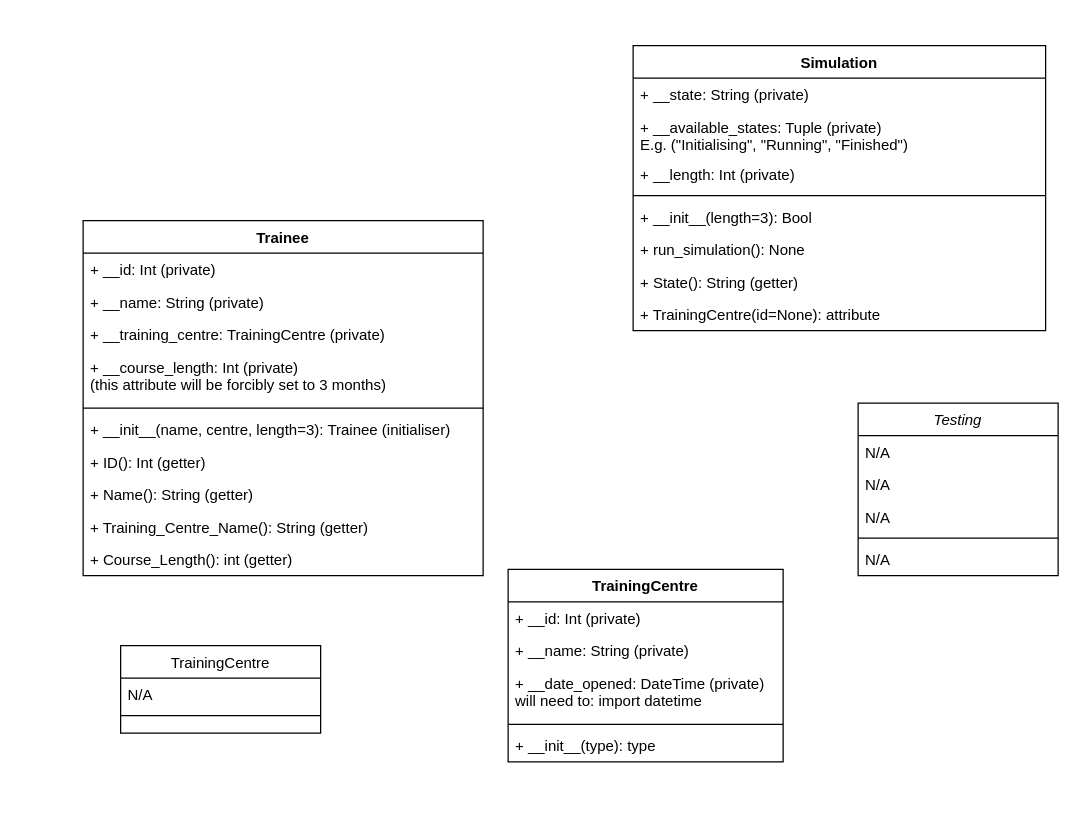
The draw.io diagram Class_Diagram.drawio in dannyjew/SimulationProjectData24Group1, before the edit. Source tidied: cells renumbered, new cells numbered last; positions are measured from the earlier drawing's top-left corner, leaving out a move shared by most shapes. Both pictures are drawn from the tidied source at 125%, with x=0, y=0 at pixel (82, 45).
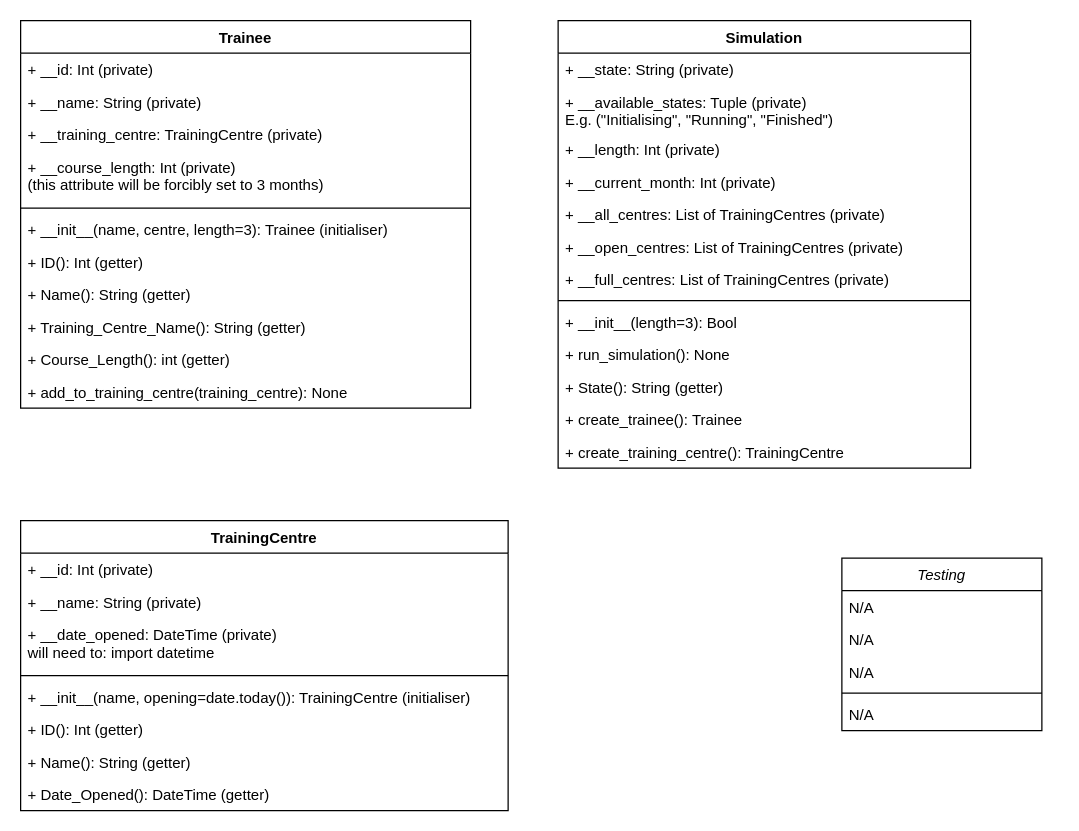
Above is the later version.

Commit message:
Updated the Class Diagram

Change to the diagram source:
```diff
@@
     <mxCell id="2" value="Testing" style="swimlane;fontStyle=2;align=center;verticalAlign=top;horizontal=1;startSize=26;rounded=0;shadow=0;strokeWidth=1;" parent="1" vertex="1">
-      <mxGeometry x="620" y="286" width="160" height="138" as="geometry" />
+      <mxGeometry x="607" y="410" width="160" height="138" as="geometry" />
     </mxCell>
@@
-    <mxCell id="8" value="TrainingCentre" style="swimlane;fontStyle=0;align=center;verticalAlign=top;horizontal=1;startSize=26;rounded=0;shadow=0;strokeWidth=1;" parent="1" vertex="1">
-      <mxGeometry x="30" y="480" width="160" height="70" as="geometry" />
-    </mxCell>
-    <mxCell id="9" value="N/A" style="text;align=left;verticalAlign=top;spacingLeft=4;spacingRight=4;overflow=hidden;" parent="8" vertex="1">
-      <mxGeometry y="26" width="160" height="26" as="geometry" />
-    </mxCell>
-    <mxCell id="10" style="line;html=1;strokeWidth=1;align=left;verticalAlign=middle;spacingTop=-1;spacingLeft=3;spacingRight=3;labelPosition=right;" parent="8" vertex="1">
-      <mxGeometry y="52" width="160" height="8" as="geometry" />
-    </mxCell>
     <mxCell id="11" value="Trainee" style="swimlane;fontStyle=1;align=center;verticalAlign=top;horizontal=1;startSize=26;" parent="1" vertex="1">
-      <mxGeometry y="140" width="320" height="284" as="geometry" />
+      <mxGeometry x="-50" y="-20" width="360" height="310" as="geometry" />
     </mxCell>
     <mxCell id="12" value="+ __id: Int (private)" style="text;strokeColor=none;fillColor=none;align=left;verticalAlign=top;spacingLeft=4;spacingRight=4;overflow=hidden;" parent="11" vertex="1">
-      <mxGeometry y="26" width="320" height="26" as="geometry" />
+      <mxGeometry y="26" width="360" height="26" as="geometry" />
     </mxCell>
     <mxCell id="13" value="+ __name: String (private)" style="text;strokeColor=none;fillColor=none;align=left;verticalAlign=top;spacingLeft=4;spacingRight=4;overflow=hidden;" parent="11" vertex="1">
-      <mxGeometry y="52" width="320" height="26" as="geometry" />
+      <mxGeometry y="52" width="360" height="26" as="geometry" />
     </mxCell>
     <mxCell id="14" value="+ __training_centre: TrainingCentre (private)" style="text;strokeColor=none;fillColor=none;align=left;verticalAlign=top;spacingLeft=4;spacingRight=4;overflow=hidden;" parent="11" vertex="1">
-      <mxGeometry y="78" width="320" height="26" as="geometry" />
+      <mxGeometry y="78" width="360" height="26" as="geometry" />
     </mxCell>
     <mxCell id="15" value="+ __course_length: Int (private)&#10;(this attribute will be forcibly set to 3 months)" style="text;strokeColor=none;fillColor=none;align=left;verticalAlign=top;spacingLeft=4;spacingRight=4;overflow=hidden;" parent="11" vertex="1">
-      <mxGeometry y="104" width="320" height="42" as="geometry" />
+      <mxGeometry y="104" width="360" height="42" as="geometry" />
     </mxCell>
     <mxCell id="16" style="line;strokeWidth=1;fillColor=none;align=left;verticalAlign=middle;spacingTop=-1;spacingLeft=3;spacingRight=3;labelPosition=right;" parent="11" vertex="1">
-      <mxGeometry y="146" width="320" height="8" as="geometry" />
+      <mxGeometry y="146" width="360" height="8" as="geometry" />
     </mxCell>
     <mxCell id="17" value="+ __init__(name, centre, length=3): Trainee (initialiser)" style="text;strokeColor=none;fillColor=none;align=left;verticalAlign=top;spacingLeft=4;spacingRight=4;overflow=hidden;" parent="11" vertex="1">
-      <mxGeometry y="154" width="320" height="26" as="geometry" />
+      <mxGeometry y="154" width="360" height="26" as="geometry" />
     </mxCell>
     <mxCell id="18" value="+ ID(): Int (getter)" style="text;strokeColor=none;fillColor=none;align=left;verticalAlign=top;spacingLeft=4;spacingRight=4;overflow=hidden;" parent="11" vertex="1">
-      <mxGeometry y="180" width="320" height="26" as="geometry" />
+      <mxGeometry y="180" width="360" height="26" as="geometry" />
     </mxCell>
     <mxCell id="19" value="+ Name(): String (getter)" style="text;strokeColor=none;fillColor=none;align=left;verticalAlign=top;spacingLeft=4;spacingRight=4;overflow=hidden;" parent="11" vertex="1">
-      <mxGeometry y="206" width="320" height="26" as="geometry" />
+      <mxGeometry y="206" width="360" height="26" as="geometry" />
     </mxCell>
     <mxCell id="20" value="+ Training_Centre_Name(): String (getter)" style="text;strokeColor=none;fillColor=none;align=left;verticalAlign=top;spacingLeft=4;spacingRight=4;overflow=hidden;" parent="11" vertex="1">
-      <mxGeometry y="232" width="320" height="26" as="geometry" />
+      <mxGeometry y="232" width="360" height="26" as="geometry" />
     </mxCell>
     <mxCell id="21" value="+ Course_Length(): int (getter)" style="text;strokeColor=none;fillColor=none;align=left;verticalAlign=top;spacingLeft=4;spacingRight=4;overflow=hidden;" parent="11" vertex="1">
-      <mxGeometry y="258" width="320" height="26" as="geometry" />
+      <mxGeometry y="258" width="360" height="26" as="geometry" />
     </mxCell>
+    <mxCell id="37" value="+ add_to_training_centre(training_centre): None" style="text;strokeColor=none;fillColor=none;align=left;verticalAlign=top;spacingLeft=4;spacingRight=4;overflow=hidden;" parent="11" vertex="1">
+      <mxGeometry y="284" width="360" height="26" as="geometry" />
+    </mxCell>
     <mxCell id="22" value="Simulation" style="swimlane;fontStyle=1;align=center;verticalAlign=top;horizontal=1;startSize=26;" parent="1" vertex="1">
-      <mxGeometry x="440" width="330" height="228" as="geometry" />
+      <mxGeometry x="380" y="-20" width="330" height="358" as="geometry" />
     </mxCell>
@@
+    <mxCell id="38" value="+ __current_month: Int (private)" style="text;strokeColor=none;fillColor=none;align=left;verticalAlign=top;spacingLeft=4;spacingRight=4;overflow=hidden;" parent="22" vertex="1">
+      <mxGeometry y="116" width="330" height="26" as="geometry" />
+    </mxCell>
+    <mxCell id="39" value="+ __all_centres: List of TrainingCentres (private)" style="text;strokeColor=none;fillColor=none;align=left;verticalAlign=top;spacingLeft=4;spacingRight=4;overflow=hidden;" parent="22" vertex="1">
+      <mxGeometry y="142" width="330" height="26" as="geometry" />
+    </mxCell>
+    <mxCell id="40" value="+ __open_centres: List of TrainingCentres (private)" style="text;strokeColor=none;fillColor=none;align=left;verticalAlign=top;spacingLeft=4;spacingRight=4;overflow=hidden;" parent="22" vertex="1">
+      <mxGeometry y="168" width="330" height="26" as="geometry" />
+    </mxCell>
+    <mxCell id="41" value="+ __full_centres: List of TrainingCentres (private)" style="text;strokeColor=none;fillColor=none;align=left;verticalAlign=top;spacingLeft=4;spacingRight=4;overflow=hidden;" parent="22" vertex="1">
+      <mxGeometry y="194" width="330" height="26" as="geometry" />
+    </mxCell>
     <mxCell id="26" style="line;strokeWidth=1;fillColor=none;align=left;verticalAlign=middle;spacingTop=-1;spacingLeft=3;spacingRight=3;labelPosition=right;" parent="22" vertex="1">
-      <mxGeometry y="116" width="330" height="8" as="geometry" />
+      <mxGeometry y="220" width="330" height="8" as="geometry" />
     </mxCell>
     <mxCell id="27" value="+ __init__(length=3): Bool" style="text;strokeColor=none;fillColor=none;align=left;verticalAlign=top;spacingLeft=4;spacingRight=4;overflow=hidden;" parent="22" vertex="1">
-      <mxGeometry y="124" width="330" height="26" as="geometry" />
+      <mxGeometry y="228" width="330" height="26" as="geometry" />
     </mxCell>
     <mxCell id="28" value="+ run_simulation(): None" style="text;strokeColor=none;fillColor=none;align=left;verticalAlign=top;spacingLeft=4;spacingRight=4;overflow=hidden;" parent="22" vertex="1">
-      <mxGeometry y="150" width="330" height="26" as="geometry" />
+      <mxGeometry y="254" width="330" height="26" as="geometry" />
     </mxCell>
     <mxCell id="29" value="+ State(): String (getter)" style="text;strokeColor=none;fillColor=none;align=left;verticalAlign=top;spacingLeft=4;spacingRight=4;overflow=hidden;" parent="22" vertex="1">
-      <mxGeometry y="176" width="330" height="26" as="geometry" />
+      <mxGeometry y="280" width="330" height="26" as="geometry" />
     </mxCell>
-    <mxCell id="30" value="+ TrainingCentre(id=None): attribute" style="text;strokeColor=none;fillColor=none;align=left;verticalAlign=top;spacingLeft=4;spacingRight=4;overflow=hidden;" parent="22" vertex="1">
-      <mxGeometry y="202" width="330" height="26" as="geometry" />
-    </mxCell>
+    <mxCell id="42" value="+ create_trainee(): Trainee" style="text;strokeColor=none;fillColor=none;align=left;verticalAlign=top;spacingLeft=4;spacingRight=4;overflow=hidden;" parent="22" vertex="1">
+      <mxGeometry y="306" width="330" height="26" as="geometry" />
+    </mxCell>
+    <mxCell id="43" value="+ create_training_centre(): TrainingCentre" style="text;strokeColor=none;fillColor=none;align=left;verticalAlign=top;spacingLeft=4;spacingRight=4;overflow=hidden;" parent="22" vertex="1">
+      <mxGeometry y="332" width="330" height="26" as="geometry" />
+    </mxCell>
     <mxCell id="31" value="TrainingCentre" style="swimlane;fontStyle=1;align=center;verticalAlign=top;horizontal=1;startSize=26;" parent="1" vertex="1">
-      <mxGeometry x="340" y="419" width="220" height="154" as="geometry" />
+      <mxGeometry x="-50" y="380" width="390" height="232" as="geometry" />
     </mxCell>
     <mxCell id="32" value="+ __id: Int (private)" style="text;strokeColor=none;fillColor=none;align=left;verticalAlign=top;spacingLeft=4;spacingRight=4;overflow=hidden;" parent="31" vertex="1">
-      <mxGeometry y="26" width="220" height="26" as="geometry" />
+      <mxGeometry y="26" width="390" height="26" as="geometry" />
     </mxCell>
     <mxCell id="33" value="+ __name: String (private)" style="text;strokeColor=none;fillColor=none;align=left;verticalAlign=top;spacingLeft=4;spacingRight=4;overflow=hidden;" parent="31" vertex="1">
-      <mxGeometry y="52" width="220" height="26" as="geometry" />
+      <mxGeometry y="52" width="390" height="26" as="geometry" />
     </mxCell>
     <mxCell id="34" value="+ __date_opened: DateTime (private)&#10;will need to: import datetime" style="text;strokeColor=none;fillColor=none;align=left;verticalAlign=top;spacingLeft=4;spacingRight=4;overflow=hidden;" parent="31" vertex="1">
-      <mxGeometry y="78" width="220" height="42" as="geometry" />
+      <mxGeometry y="78" width="390" height="42" as="geometry" />
     </mxCell>
     <mxCell id="35" style="line;strokeWidth=1;fillColor=none;align=left;verticalAlign=middle;spacingTop=-1;spacingLeft=3;spacingRight=3;labelPosition=right;" parent="31" vertex="1">
-      <mxGeometry y="120" width="220" height="8" as="geometry" />
+      <mxGeometry y="120" width="390" height="8" as="geometry" />
     </mxCell>
-    <mxCell id="36" value="+ __init__(type): type" style="text;strokeColor=none;fillColor=none;align=left;verticalAlign=top;spacingLeft=4;spacingRight=4;overflow=hidden;" parent="31" vertex="1">
-      <mxGeometry y="128" width="220" height="26" as="geometry" />
+    <mxCell id="36" value="+ __init__(name, opening=date.today()): TrainingCentre (initialiser)" style="text;strokeColor=none;fillColor=none;align=left;verticalAlign=top;spacingLeft=4;spacingRight=4;overflow=hidden;" parent="31" vertex="1">
+      <mxGeometry y="128" width="390" height="26" as="geometry" />
     </mxCell>
+    <mxCell id="44" value="+ ID(): Int (getter)" style="text;strokeColor=none;fillColor=none;align=left;verticalAlign=top;spacingLeft=4;spacingRight=4;overflow=hidden;" parent="31" vertex="1">
+      <mxGeometry y="154" width="390" height="26" as="geometry" />
+    </mxCell>
+    <mxCell id="45" value="+ Name(): String (getter)" style="text;strokeColor=none;fillColor=none;align=left;verticalAlign=top;spacingLeft=4;spacingRight=4;overflow=hidden;" parent="31" vertex="1">
+      <mxGeometry y="180" width="390" height="26" as="geometry" />
+    </mxCell>
+    <mxCell id="46" value="+ Date_Opened(): DateTime (getter)" style="text;strokeColor=none;fillColor=none;align=left;verticalAlign=top;spacingLeft=4;spacingRight=4;overflow=hidden;" parent="31" vertex="1">
+      <mxGeometry y="206" width="390" height="26" as="geometry" />
+    </mxCell>
```
